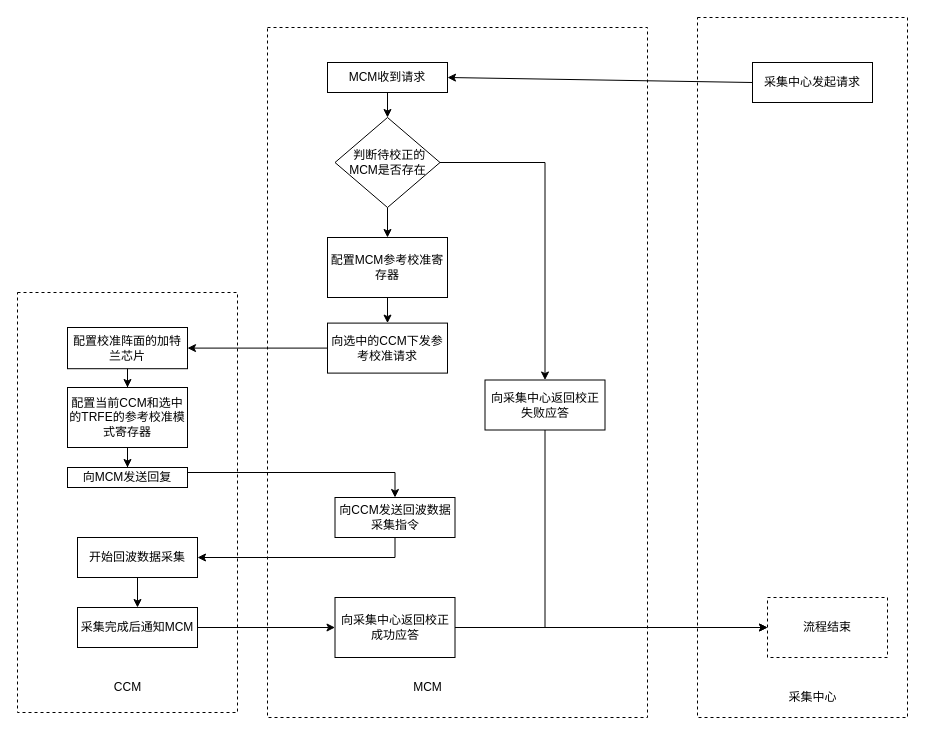
Before: Untitled Diagram.drawio in rdmpl/cframe_gui, a draw.io diagram. Source tidied: cells renumbered, new cells numbered last; positions are measured from the earlier drawing's top-left corner, leaving out a move shared by most shapes. Both pictures are drawn from the tidied source at 100%, with x=0, y=0 at pixel (17, 17).
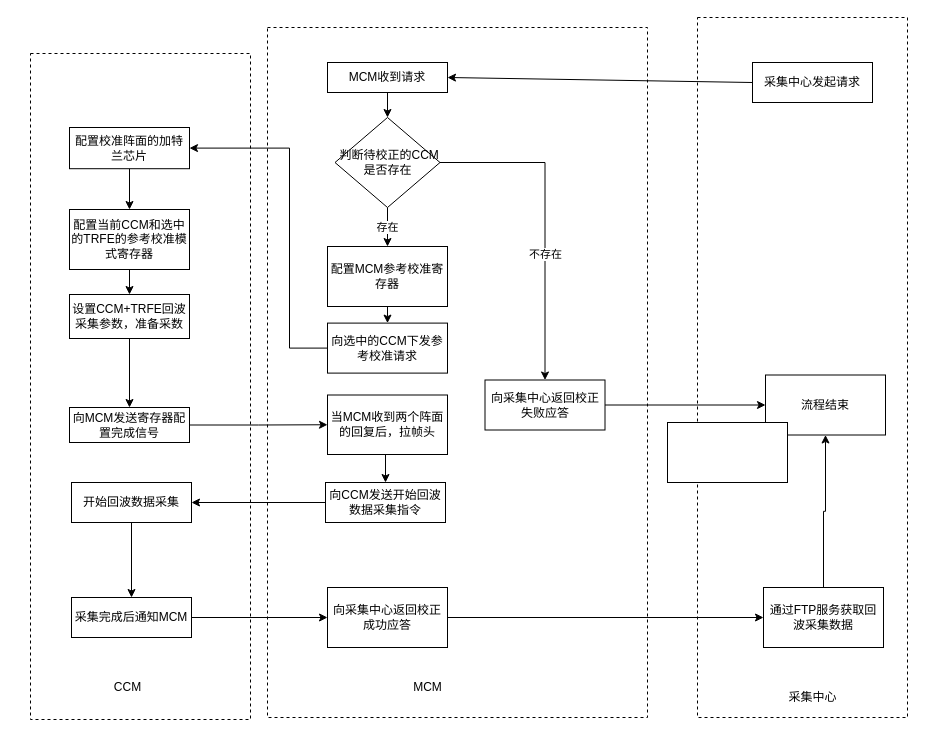
Above is the later version.

The change refers to these unchanged cells:
```xml
<mxCell id="14" value="向采集中心返回校正失败应答" style="rounded=0;whiteSpace=wrap;html=1;" parent="1" vertex="1">
  <mxGeometry x="467.5" y="362.5" width="120" height="50" as="geometry" />
</mxCell>
<mxCell id="16" value="向选中的CCM下发参考校准请求" style="rounded=0;whiteSpace=wrap;html=1;" parent="1" vertex="1">
  <mxGeometry x="310" y="305.6" width="120" height="50" as="geometry" />
</mxCell>
```

What changed in the source:
```diff
@@
     <mxCell id="4" value="&lt;div style=&quot;text-align: justify&quot;&gt;&lt;br&gt;&lt;/div&gt;" style="rounded=0;whiteSpace=wrap;html=1;dashed=1;shadow=0;glass=0;sketch=0;" parent="1" vertex="1">
-      <mxGeometry y="275" width="220" height="420" as="geometry" />
+      <mxGeometry x="13" y="36" width="220" height="666" as="geometry" />
     </mxCell>
@@
-    <mxCell id="10" style="edgeStyle=orthogonalEdgeStyle;rounded=0;jettySize=auto;html=1;exitX=1;exitY=0.5;exitDx=0;exitDy=0;entryX=0.5;entryY=0;entryDx=0;entryDy=0;" parent="1" edge="1" source="12" target="14">
-      <mxGeometry relative="1" as="geometry" />
+    <mxCell id="10" value="不存在" style="edgeStyle=orthogonalEdgeStyle;rounded=0;jettySize=auto;html=1;exitX=1;exitY=0.5;exitDx=0;exitDy=0;entryX=0.5;entryY=0;entryDx=0;entryDy=0;" parent="1" edge="1" source="12" target="14">
+      <mxGeometry x="0.22" relative="1" as="geometry" />
     </mxCell>
-    <mxCell id="11" style="edgeStyle=orthogonalEdgeStyle;rounded=0;jettySize=auto;html=1;exitX=0.5;exitY=1;exitDx=0;exitDy=0;entryX=0.5;entryY=0;entryDx=0;entryDy=0;" parent="1" edge="1" source="12" target="20">
+    <mxCell id="11" value="存在" style="edgeStyle=orthogonalEdgeStyle;rounded=0;jettySize=auto;html=1;exitX=0.5;exitY=1;exitDx=0;exitDy=0;entryX=0.5;entryY=0;entryDx=0;entryDy=0;" parent="1" edge="1" source="12" target="20">
       <mxGeometry relative="1" as="geometry" />
     </mxCell>
-    <mxCell id="12" value="&amp;nbsp;判断待校正的MCM是否存在" style="rhombus;whiteSpace=wrap;html=1;" parent="1" vertex="1">
+    <mxCell id="12" value="&amp;nbsp;判断待校正的CCM是否存在" style="rhombus;whiteSpace=wrap;html=1;" parent="1" vertex="1">
       <mxGeometry x="317.5" y="100" width="105" height="90" as="geometry" />
     </mxCell>
-    <mxCell id="13" style="edgeStyle=orthogonalEdgeStyle;rounded=0;jettySize=auto;html=1;exitX=0.5;exitY=1;exitDx=0;exitDy=0;entryX=0;entryY=0.5;entryDx=0;entryDy=0;" parent="1" edge="1" source="14" target="23">
-      <mxGeometry relative="1" as="geometry">
-        <Array as="points">
-          <mxPoint x="528" y="610" />
-        </Array>
-      </mxGeometry>
+    <mxCell id="13" style="edgeStyle=orthogonalEdgeStyle;rounded=0;jettySize=auto;html=1;exitX=1;exitY=0.5;exitDx=0;exitDy=0;" parent="1" edge="1" source="14" target="23">
+      <mxGeometry relative="1" as="geometry" />
     </mxCell>
@@
-    <mxCell id="15" style="edgeStyle=orthogonalEdgeStyle;rounded=0;jettySize=auto;html=1;exitX=0;exitY=0.5;exitDx=0;exitDy=0;" parent="1" edge="1" source="16" target="18">
-      <mxGeometry relative="1" as="geometry" />
+    <mxCell id="15" style="edgeStyle=orthogonalEdgeStyle;rounded=0;jettySize=auto;html=1;exitX=0;exitY=0.5;exitDx=0;exitDy=0;entryX=1;entryY=0.5;entryDx=0;entryDy=0;" parent="1" edge="1" source="16" target="18">
+      <mxGeometry relative="1" as="geometry">
+        <Array as="points">
+          <mxPoint x="272" y="331" />
+          <mxPoint x="272" y="131" />
+        </Array>
+      </mxGeometry>
     </mxCell>
@@
-    <mxCell id="17" style="edgeStyle=orthogonalEdgeStyle;rounded=0;jettySize=auto;html=1;exitX=0.5;exitY=1;exitDx=0;exitDy=0;" parent="1" edge="1" source="18" target="22">
+    <mxCell id="17" style="edgeStyle=orthogonalEdgeStyle;rounded=0;jettySize=auto;html=1;exitX=0.5;exitY=1;exitDx=0;exitDy=0;entryX=0.5;entryY=0;entryDx=0;entryDy=0;" parent="1" edge="1" source="18" target="22">
       <mxGeometry relative="1" as="geometry" />
     </mxCell>
     <mxCell id="18" value="配置校准阵面的加特兰芯片" style="rounded=0;whiteSpace=wrap;html=1;" parent="1" vertex="1">
-      <mxGeometry x="50" y="310" width="120" height="41.2" as="geometry" />
+      <mxGeometry x="52" y="110" width="120" height="41.2" as="geometry" />
     </mxCell>
@@
     <mxCell id="20" value="配置MCM参考校准寄存器" style="rounded=0;whiteSpace=wrap;html=1;shadow=0;glass=0;sketch=0;" parent="1" vertex="1">
-      <mxGeometry x="310" y="220" width="120" height="60" as="geometry" />
+      <mxGeometry x="310" y="229" width="120" height="60" as="geometry" />
     </mxCell>
-    <mxCell id="21" style="edgeStyle=orthogonalEdgeStyle;rounded=0;jettySize=auto;html=1;exitX=0.5;exitY=1;exitDx=0;exitDy=0;" parent="1" edge="1" source="22" target="25">
-      <mxGeometry relative="1" as="geometry" />
-    </mxCell>
+    <mxCell id="39" style="edgeStyle=orthogonalEdgeStyle;rounded=0;jettySize=auto;html=1;exitX=0.5;exitY=1;exitDx=0;exitDy=0;entryX=0.5;entryY=0;entryDx=0;entryDy=0;" parent="1" edge="1" source="22" target="46">
+      <mxGeometry relative="1" as="geometry" />
+    </mxCell>
     <mxCell id="22" value="配置当前CCM和选中的TRFE的参考校准模式寄存器" style="rounded=0;whiteSpace=wrap;html=1;shadow=0;glass=0;sketch=0;" parent="1" vertex="1">
-      <mxGeometry x="50" y="370" width="120" height="60" as="geometry" />
+      <mxGeometry x="52" y="192" width="120" height="60" as="geometry" />
     </mxCell>
-    <mxCell id="23" value="流程结束" style="rounded=0;whiteSpace=wrap;html=1;shadow=0;glass=0;dashed=1;sketch=0;" parent="1" vertex="1">
-      <mxGeometry x="750" y="580" width="120" height="60" as="geometry" />
+    <mxCell id="23" value="流程结束" style="rounded=0;whiteSpace=wrap;html=1;shadow=0;glass=0;sketch=0;" parent="1" vertex="1">
+      <mxGeometry x="748" y="357.5" width="120" height="60" as="geometry" />
     </mxCell>
-    <mxCell id="24" style="edgeStyle=orthogonalEdgeStyle;rounded=0;jettySize=auto;html=1;exitX=1;exitY=0.25;exitDx=0;exitDy=0;entryX=0.5;entryY=0;entryDx=0;entryDy=0;" parent="1" edge="1" source="25" target="27">
-      <mxGeometry relative="1" as="geometry" />
-    </mxCell>
+    <mxCell id="40" style="edgeStyle=orthogonalEdgeStyle;rounded=0;jettySize=auto;html=1;exitX=1;exitY=0.5;exitDx=0;exitDy=0;entryX=0;entryY=0.5;entryDx=0;entryDy=0;" parent="1" edge="1" source="25" target="48">
+      <mxGeometry relative="1" as="geometry" />
+    </mxCell>
-    <mxCell id="25" value="向MCM发送回复" style="rounded=0;whiteSpace=wrap;html=1;shadow=0;glass=0;sketch=0;" parent="1" vertex="1">
-      <mxGeometry x="50" y="450" width="120" height="20" as="geometry" />
+    <mxCell id="25" value="向MCM发送寄存器配置完成信号" style="rounded=0;whiteSpace=wrap;html=1;shadow=0;glass=0;sketch=0;" parent="1" vertex="1">
+      <mxGeometry x="52" y="390" width="120" height="35" as="geometry" />
     </mxCell>
-    <mxCell id="26" style="edgeStyle=orthogonalEdgeStyle;rounded=0;jettySize=auto;html=1;exitX=0.5;exitY=1;exitDx=0;exitDy=0;" parent="1" edge="1" source="27" target="29">
-      <mxGeometry relative="1" as="geometry">
-        <Array as="points">
-          <mxPoint x="378" y="540" />
-        </Array>
-      </mxGeometry>
+    <mxCell id="26" style="edgeStyle=orthogonalEdgeStyle;rounded=0;jettySize=auto;html=1;exitX=0;exitY=0.5;exitDx=0;exitDy=0;" parent="1" edge="1" source="27" target="29">
+      <mxGeometry relative="1" as="geometry" />
     </mxCell>
-    <mxCell id="27" value="向CCM发送回波数据采集指令" style="rounded=0;whiteSpace=wrap;html=1;shadow=0;glass=0;sketch=0;" parent="1" vertex="1">
-      <mxGeometry x="317.5" y="480" width="120" height="40" as="geometry" />
+    <mxCell id="27" value="向CCM发送开始回波数据采集指令" style="rounded=0;whiteSpace=wrap;html=1;shadow=0;glass=0;sketch=0;" parent="1" vertex="1">
+      <mxGeometry x="308" y="465" width="120" height="40" as="geometry" />
     </mxCell>
-    <mxCell id="28" style="edgeStyle=orthogonalEdgeStyle;rounded=0;jettySize=auto;html=1;exitX=0.5;exitY=1;exitDx=0;exitDy=0;entryX=0.5;entryY=0;entryDx=0;entryDy=0;" parent="1" edge="1" source="29" target="32">
+    <mxCell id="28" style="edgeStyle=orthogonalEdgeStyle;rounded=0;jettySize=auto;html=1;exitX=0.5;exitY=1;exitDx=0;exitDy=0;" parent="1" edge="1" source="29" target="32">
       <mxGeometry relative="1" as="geometry" />
     </mxCell>
     <mxCell id="29" value="开始回波数据采集" style="rounded=0;whiteSpace=wrap;html=1;shadow=0;glass=0;sketch=0;" parent="1" vertex="1">
-      <mxGeometry x="60" y="520" width="120" height="40" as="geometry" />
+      <mxGeometry x="54" y="465" width="120" height="40" as="geometry" />
     </mxCell>
@@
-    <mxCell id="31" style="edgeStyle=orthogonalEdgeStyle;rounded=0;jettySize=auto;html=1;" parent="1" edge="1" source="32" target="35">
+    <mxCell id="31" style="edgeStyle=orthogonalEdgeStyle;rounded=0;jettySize=auto;html=1;exitX=1;exitY=0.5;exitDx=0;exitDy=0;entryX=0;entryY=0.5;entryDx=0;entryDy=0;" parent="1" edge="1" source="32" target="35">
       <mxGeometry relative="1" as="geometry" />
     </mxCell>
     <mxCell id="32" value="采集完成后通知MCM" style="rounded=0;whiteSpace=wrap;html=1;shadow=0;glass=0;sketch=0;" parent="1" vertex="1">
-      <mxGeometry x="60" y="590" width="120" height="40" as="geometry" />
+      <mxGeometry x="54" y="580" width="120" height="40" as="geometry" />
     </mxCell>
@@
-    <mxCell id="34" style="edgeStyle=orthogonalEdgeStyle;rounded=0;jettySize=auto;html=1;exitX=1;exitY=0.5;exitDx=0;exitDy=0;entryX=0;entryY=0.5;entryDx=0;entryDy=0;" parent="1" edge="1" source="35" target="23">
-      <mxGeometry relative="1" as="geometry" />
-    </mxCell>
+    <mxCell id="41" style="edgeStyle=orthogonalEdgeStyle;rounded=0;jettySize=auto;html=1;exitX=1;exitY=0.5;exitDx=0;exitDy=0;" parent="1" edge="1" source="35" target="43">
+      <mxGeometry relative="1" as="geometry" />
+    </mxCell>
     <mxCell id="35" value="向采集中心返回校正成功应答" style="rounded=0;whiteSpace=wrap;html=1;shadow=0;glass=0;sketch=0;" parent="1" vertex="1">
-      <mxGeometry x="317.5" y="580" width="120" height="60" as="geometry" />
+      <mxGeometry x="310" y="570" width="120" height="60" as="geometry" />
     </mxCell>
@@
+    <mxCell id="42" style="edgeStyle=orthogonalEdgeStyle;rounded=0;jettySize=auto;html=1;exitX=0.5;exitY=0;exitDx=0;exitDy=0;entryX=0.5;entryY=1;entryDx=0;entryDy=0;" parent="1" edge="1" source="43" target="23">
+      <mxGeometry relative="1" as="geometry" />
+    </mxCell>
+    <mxCell id="43" value="通过FTP服务获取回波采集数据" style="rounded=0;whiteSpace=wrap;html=1;" parent="1" vertex="1">
+      <mxGeometry x="746" y="570" width="120" height="60" as="geometry" />
+    </mxCell>
+    <mxCell id="44" style="rounded=0;whiteSpace=wrap;html=1;" parent="1" vertex="1">
+      <mxGeometry x="650" y="405" width="120" height="60" as="geometry" />
+    </mxCell>
+    <mxCell id="45" style="edgeStyle=orthogonalEdgeStyle;rounded=0;jettySize=auto;html=1;exitX=0.5;exitY=1;exitDx=0;exitDy=0;entryX=0.5;entryY=0;entryDx=0;entryDy=0;" parent="1" edge="1" source="46" target="25">
+      <mxGeometry relative="1" as="geometry" />
+    </mxCell>
+    <mxCell id="46" value="设置CCM+TRFE回波采集参数，准备采数" style="rounded=0;whiteSpace=wrap;html=1;" parent="1" vertex="1">
+      <mxGeometry x="52" y="277" width="120" height="44" as="geometry" />
+    </mxCell>
+    <mxCell id="47" style="edgeStyle=orthogonalEdgeStyle;rounded=0;jettySize=auto;html=1;exitX=0.5;exitY=1;exitDx=0;exitDy=0;entryX=0.5;entryY=0;entryDx=0;entryDy=0;" parent="1" edge="1" source="48" target="27">
+      <mxGeometry relative="1" as="geometry" />
+    </mxCell>
+    <mxCell id="48" value="当MCM收到两个阵面的回复后，拉帧头" style="rounded=0;whiteSpace=wrap;html=1;" parent="1" vertex="1">
+      <mxGeometry x="310" y="377.5" width="120" height="59.5" as="geometry" />
+    </mxCell>
```
